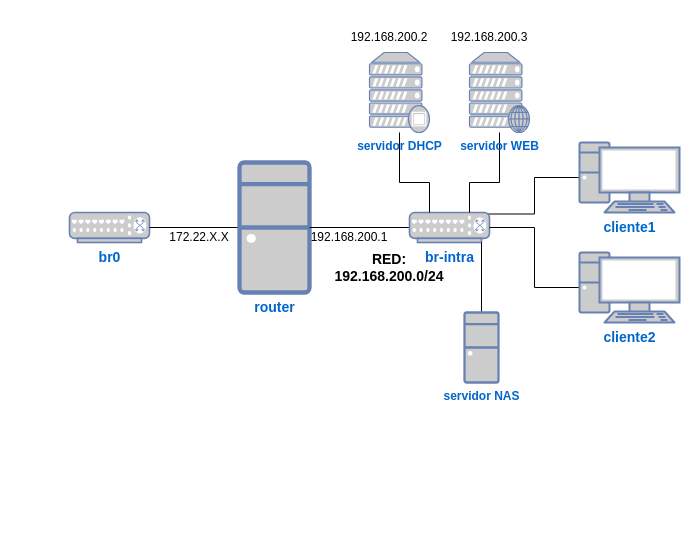
Before: modulos/_sri/sri/2526/u1/img/clase5.drawio in josedom24/fp_pledin, a draw.io diagram. Source tidied: cells renumbered, new cells numbered last; positions are measured from the earlier drawing's top-left corner, leaving out a move shared by most shapes. Both pictures are drawn from the tidied source at 100%, with x=0, y=0 at pixel (69, 17).
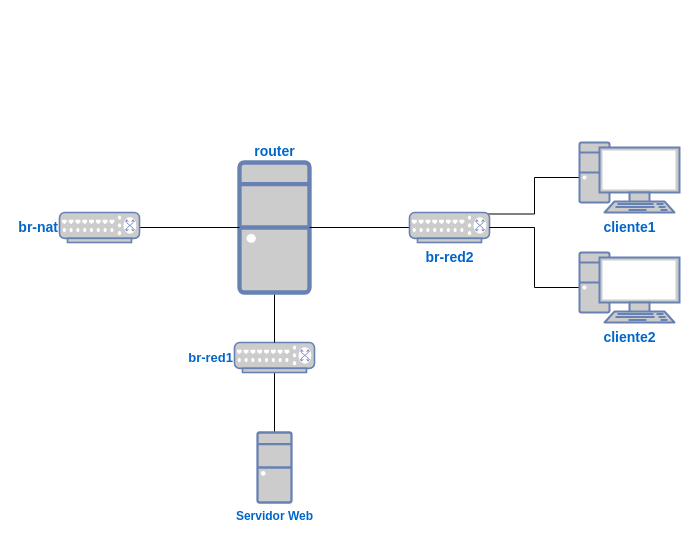
Above is the later version.

What changed in the source:
```diff
@@
+    <mxCell id="22" style="edgeStyle=orthogonalEdgeStyle;rounded=0;jettySize=auto;html=1;endArrow=none;endFill=0;" parent="1" edge="1" source="2" target="21">
+      <mxGeometry relative="1" as="geometry" />
+    </mxCell>
-    <mxCell id="2" value="&lt;font size=&quot;1&quot;&gt;&lt;b style=&quot;font-size: 14px;&quot;&gt;br0&lt;/b&gt;&lt;/font&gt;" style="fontColor=#0066CC;verticalAlign=top;verticalLabelPosition=bottom;labelPosition=center;align=center;html=1;outlineConnect=0;fillColor=#CCCCCC;strokeColor=#6881B3;gradientColor=none;gradientDirection=north;strokeWidth=2;shape=mxgraph.networks.switch;" parent="1" vertex="1">
-      <mxGeometry y="195" width="80" height="30" as="geometry" />
+    <mxCell id="2" value="&lt;font style=&quot;font-size: 13px;&quot;&gt;&lt;b&gt;br-red1&lt;/b&gt;&lt;/font&gt;" style="fontColor=#0066CC;verticalAlign=middle;verticalLabelPosition=middle;labelPosition=left;align=right;html=1;outlineConnect=0;fillColor=#CCCCCC;strokeColor=#6881B3;gradientColor=none;gradientDirection=north;strokeWidth=2;shape=mxgraph.networks.switch;spacingBottom=0;" parent="1" vertex="1">
+      <mxGeometry x="165" y="325" width="80" height="30" as="geometry" />
     </mxCell>
@@
-    <mxCell id="4" value="&lt;font size=&quot;1&quot;&gt;&lt;b style=&quot;font-size: 14px;&quot;&gt;router&lt;/b&gt;&lt;/font&gt;" style="fontColor=#0066CC;verticalAlign=top;verticalLabelPosition=bottom;labelPosition=center;align=center;html=1;outlineConnect=0;fillColor=#CCCCCC;strokeColor=#6881B3;gradientColor=none;gradientDirection=north;strokeWidth=2;shape=mxgraph.networks.desktop_pc;" parent="1" vertex="1">
+    <mxCell id="4" value="&lt;font size=&quot;1&quot;&gt;&lt;b style=&quot;font-size: 14px;&quot;&gt;router&lt;/b&gt;&lt;/font&gt;" style="fontColor=#0066CC;verticalAlign=bottom;verticalLabelPosition=top;labelPosition=center;align=center;html=1;outlineConnect=0;fillColor=#CCCCCC;strokeColor=#6881B3;gradientColor=none;gradientDirection=north;strokeWidth=2;shape=mxgraph.networks.desktop_pc;" parent="1" vertex="1">
       <mxGeometry x="170" y="145" width="70" height="130" as="geometry" />
     </mxCell>
@@
-    <mxCell id="8" value="&lt;b&gt;&lt;font style=&quot;font-size: 14px;&quot;&gt;br-intra&lt;/font&gt;&lt;/b&gt;" style="fontColor=#0066CC;verticalAlign=top;verticalLabelPosition=bottom;labelPosition=center;align=center;html=1;outlineConnect=0;fillColor=#CCCCCC;strokeColor=#6881B3;gradientColor=none;gradientDirection=north;strokeWidth=2;shape=mxgraph.networks.switch;" parent="1" vertex="1">
+    <mxCell id="8" value="&lt;b&gt;&lt;font style=&quot;font-size: 14px;&quot;&gt;br-red2&lt;/font&gt;&lt;/b&gt;" style="fontColor=#0066CC;verticalAlign=top;verticalLabelPosition=bottom;labelPosition=center;align=center;html=1;outlineConnect=0;fillColor=#CCCCCC;strokeColor=#6881B3;gradientColor=none;gradientDirection=north;strokeWidth=2;shape=mxgraph.networks.switch;" parent="1" vertex="1">
       <mxGeometry x="340" y="195" width="80" height="30" as="geometry" />
     </mxCell>
@@
-    <mxCell id="11" style="edgeStyle=orthogonalEdgeStyle;rounded=0;jettySize=auto;html=1;endArrow=none;endFill=0;" parent="1" edge="1" source="12" target="8">
-      <mxGeometry relative="1" as="geometry">
-        <Array as="points">
-          <mxPoint x="430" y="165" />
-          <mxPoint x="400" y="165" />
-        </Array>
-      </mxGeometry>
-    </mxCell>
-    <mxCell id="12" value="&lt;b&gt;servidor WEB&lt;/b&gt;" style="fontColor=#0066CC;verticalAlign=top;verticalLabelPosition=bottom;labelPosition=center;align=center;html=1;outlineConnect=0;fillColor=#CCCCCC;strokeColor=#6881B3;gradientColor=none;gradientDirection=north;strokeWidth=2;shape=mxgraph.networks.web_server;" parent="1" vertex="1">
-      <mxGeometry x="400" y="35" width="60" height="80" as="geometry" />
-    </mxCell>
-    <mxCell id="13" style="edgeStyle=orthogonalEdgeStyle;rounded=0;jettySize=auto;html=1;strokeColor=default;endArrow=none;endFill=0;" parent="1" edge="1" source="14" target="8">
-      <mxGeometry relative="1" as="geometry">
-        <Array as="points">
-          <mxPoint x="330" y="165" />
-          <mxPoint x="360" y="165" />
-        </Array>
-      </mxGeometry>
-    </mxCell>
-    <mxCell id="14" value="&lt;b&gt;servidor DHCP&lt;/b&gt;" style="fontColor=#0066CC;verticalAlign=top;verticalLabelPosition=bottom;labelPosition=center;align=center;html=1;outlineConnect=0;fillColor=#CCCCCC;strokeColor=#6881B3;gradientColor=none;gradientDirection=north;strokeWidth=2;shape=mxgraph.networks.proxy_server;" parent="1" vertex="1">
-      <mxGeometry x="300" y="35" width="60" height="80" as="geometry" />
-    </mxCell>
-    <mxCell id="15" value="192.168.200.1" style="text;strokeColor=none;align=center;fillColor=none;html=1;verticalAlign=middle;whiteSpace=wrap;rounded=0;" parent="1" vertex="1">
-      <mxGeometry x="250" y="205" width="60" height="30" as="geometry" />
-    </mxCell>
-    <mxCell id="16" value="&lt;font size=&quot;1&quot;&gt;&lt;b style=&quot;font-size: 14px;&quot;&gt;RED: 192.168.200.0/24&lt;/b&gt;&lt;/font&gt;" style="text;strokeColor=none;align=center;fillColor=none;html=1;verticalAlign=middle;whiteSpace=wrap;rounded=0;" parent="1" vertex="1">
-      <mxGeometry x="290" y="235" width="60" height="30" as="geometry" />
-    </mxCell>
-    <mxCell id="17" value="172.22.X.X" style="text;strokeColor=none;align=center;fillColor=none;html=1;verticalAlign=middle;whiteSpace=wrap;rounded=0;" parent="1" vertex="1">
-      <mxGeometry x="100" y="205" width="60" height="30" as="geometry" />
-    </mxCell>
-    <mxCell id="18" value="&lt;div&gt;192.168.200.2&lt;/div&gt;" style="text;strokeColor=none;align=center;fillColor=none;html=1;verticalAlign=middle;whiteSpace=wrap;rounded=0;" parent="1" vertex="1">
-      <mxGeometry x="290" y="5" width="60" height="30" as="geometry" />
-    </mxCell>
-    <mxCell id="19" value="192.168.200.3" style="text;strokeColor=none;align=center;fillColor=none;html=1;verticalAlign=middle;whiteSpace=wrap;rounded=0;" parent="1" vertex="1">
-      <mxGeometry x="390" width="60" height="40" as="geometry" />
-    </mxCell>
-    <mxCell id="20" style="rounded=0;jettySize=auto;html=1;entryX=0.9;entryY=1;entryDx=0;entryDy=0;entryPerimeter=0;endArrow=none;endFill=0;" parent="1" edge="1" source="21" target="8">
-      <mxGeometry relative="1" as="geometry" />
-    </mxCell>
-    <mxCell id="21" value="&lt;font style=&quot;font-size: 12px;&quot;&gt;&lt;b style=&quot;&quot;&gt;servidor NAS&lt;br&gt;&lt;/b&gt;&lt;/font&gt;" style="fontColor=#0066CC;verticalAlign=top;verticalLabelPosition=bottom;labelPosition=center;align=center;html=1;outlineConnect=0;fillColor=#CCCCCC;strokeColor=#6881B3;gradientColor=none;gradientDirection=north;strokeWidth=2;shape=mxgraph.networks.desktop_pc;" parent="1" vertex="1">
-      <mxGeometry x="395" y="295" width="34" height="70" as="geometry" />
+    <mxCell id="21" value="&lt;font style=&quot;font-size: 12px;&quot;&gt;&lt;b style=&quot;&quot;&gt;Servidor Web&lt;/b&gt;&lt;/font&gt;" style="fontColor=#0066CC;verticalAlign=top;verticalLabelPosition=bottom;labelPosition=center;align=center;html=1;outlineConnect=0;fillColor=#CCCCCC;strokeColor=#6881B3;gradientColor=none;gradientDirection=north;strokeWidth=2;shape=mxgraph.networks.desktop_pc;" parent="1" vertex="1">
+      <mxGeometry x="188" y="415" width="34" height="70" as="geometry" />
     </mxCell>
+    <mxCell id="23" style="edgeStyle=orthogonalEdgeStyle;rounded=0;jettySize=auto;html=1;endArrow=none;endFill=0;labelPosition=center;verticalLabelPosition=bottom;align=center;verticalAlign=top;" parent="1" edge="1" source="24" target="4">
+      <mxGeometry relative="1" as="geometry" />
+    </mxCell>
+    <mxCell id="24" value="&lt;font style=&quot;font-size: 14px;&quot;&gt;&lt;b&gt;br-nat&lt;/b&gt;&lt;/font&gt;" style="fontColor=#0066CC;verticalAlign=middle;verticalLabelPosition=middle;labelPosition=left;align=right;html=1;outlineConnect=0;fillColor=#CCCCCC;strokeColor=#6881B3;gradientColor=none;gradientDirection=north;strokeWidth=2;shape=mxgraph.networks.switch;spacingBottom=0;" parent="1" vertex="1">
+      <mxGeometry x="-10" y="195" width="80" height="30" as="geometry" />
+    </mxCell>
```
